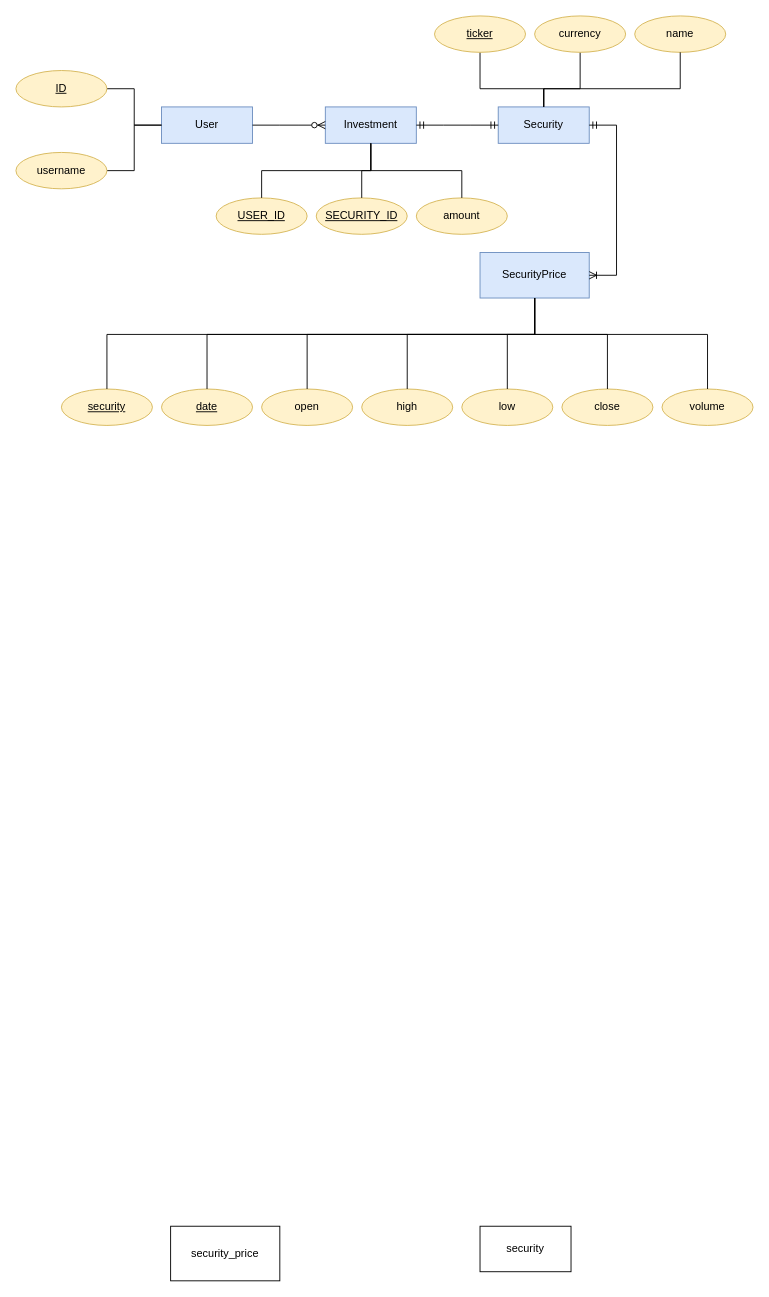
Earlier version of the draw.io diagram UML/ER.drawio (tkBischoff/PyFolio). Source tidied: cells renumbered, new cells numbered last; positions are measured from the earlier drawing's top-left corner, leaving out a move shared by most shapes. Both pictures are drawn from the tidied source at 91%, with x=0, y=0 at pixel (15, 15).
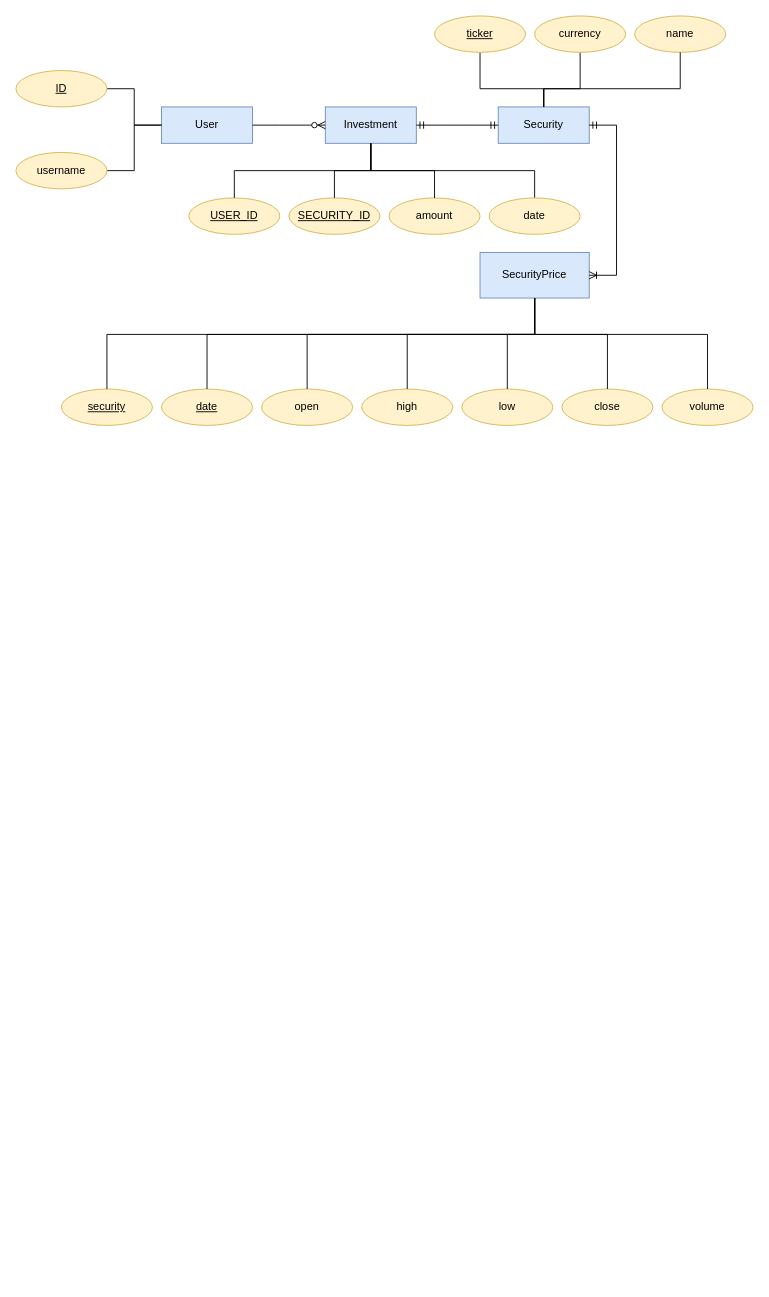
Above is the later version.

Diff of the diagram source:
```diff
@@
-    <mxCell id="12" value="security" style="rounded=0;whiteSpace=wrap;html=1;" parent="1" vertex="1">
-      <mxGeometry x="510" y="1330" width="100" height="50" as="geometry" />
-    </mxCell>
-    <mxCell id="13" value="security_price" style="rounded=0;whiteSpace=wrap;html=1;" parent="1" vertex="1">
-      <mxGeometry x="170" y="1330" width="120" height="60" as="geometry" />
-    </mxCell>
@@
     <mxCell id="33" value="USER_ID" style="ellipse;whiteSpace=wrap;html=1;align=center;fontStyle=4;fillColor=#fff2cc;strokeColor=#d6b656;" parent="1" vertex="1">
-      <mxGeometry x="220" y="200" width="100" height="40" as="geometry" />
+      <mxGeometry x="190" y="200" width="100" height="40" as="geometry" />
     </mxCell>
     <mxCell id="34" value="SECURITY_ID" style="ellipse;whiteSpace=wrap;html=1;align=center;fontStyle=4;fillColor=#fff2cc;strokeColor=#d6b656;" parent="1" vertex="1">
-      <mxGeometry x="330" y="200" width="100" height="40" as="geometry" />
+      <mxGeometry x="300" y="200" width="100" height="40" as="geometry" />
     </mxCell>
     <mxCell id="35" value="amount" style="ellipse;whiteSpace=wrap;html=1;align=center;fillColor=#fff2cc;strokeColor=#d6b656;" parent="1" vertex="1">
-      <mxGeometry x="440" y="200" width="100" height="40" as="geometry" />
+      <mxGeometry x="410" y="200" width="100" height="40" as="geometry" />
     </mxCell>
@@
+    <mxCell id="41" style="edgeStyle=orthogonalEdgeStyle;rounded=0;jettySize=auto;html=1;endArrow=none;endFill=0;" parent="1" edge="1" source="42">
+      <mxGeometry relative="1" as="geometry">
+        <mxPoint x="390" y="140" as="targetPoint" />
+        <Array as="points">
+          <mxPoint x="570" y="170" />
+          <mxPoint x="390" y="170" />
+        </Array>
+      </mxGeometry>
+    </mxCell>
+    <mxCell id="42" value="date" style="ellipse;whiteSpace=wrap;html=1;align=center;fillColor=#fff2cc;strokeColor=#d6b656;" parent="1" vertex="1">
+      <mxGeometry x="520" y="200" width="100" height="40" as="geometry" />
+    </mxCell>
```
